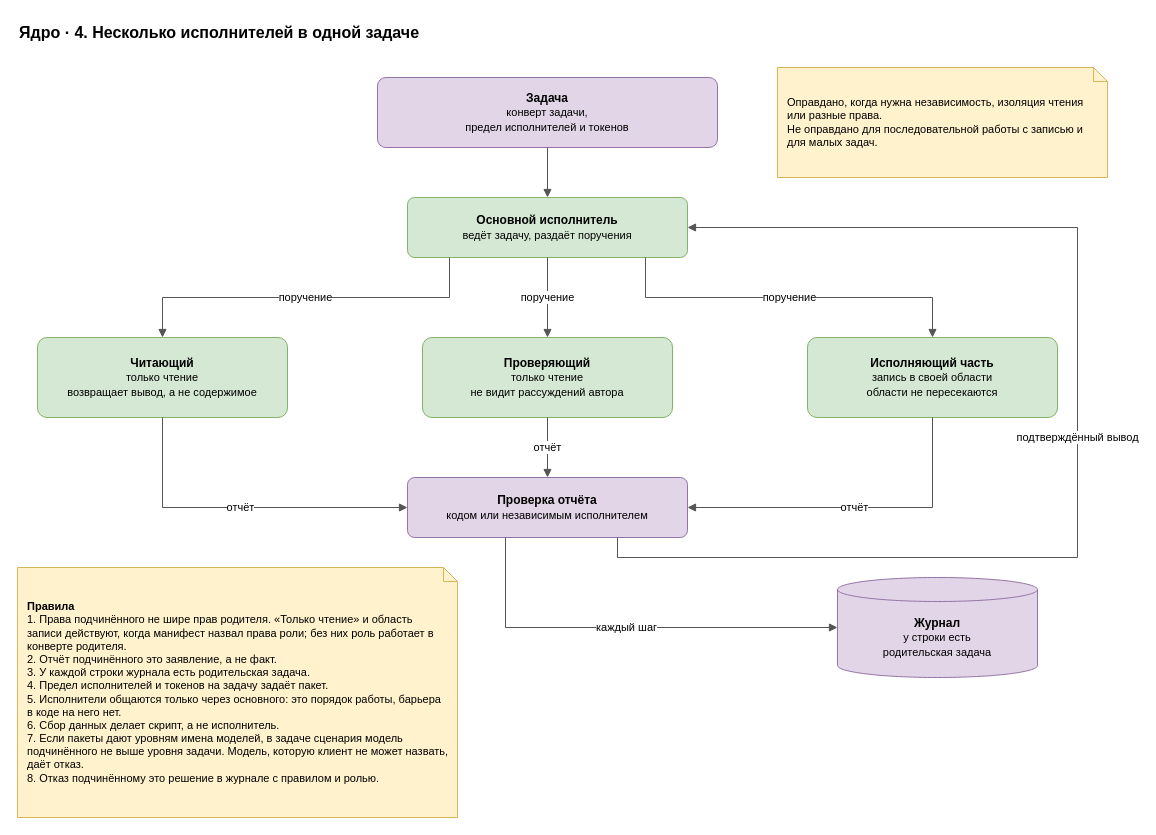
This is page "4. Несколько исполнителей" (4 of 7) of docs/spec/harness-core.drawio from roygkov/reins, a draw.io file, before an edit. Source tidied: cells renumbered, new cells numbered last; positions are measured from the earlier drawing's top-left corner, leaving out a move shared by most shapes. Both pictures are drawn from the tidied source at 100%, with x=0, y=0 at pixel (17, 17).
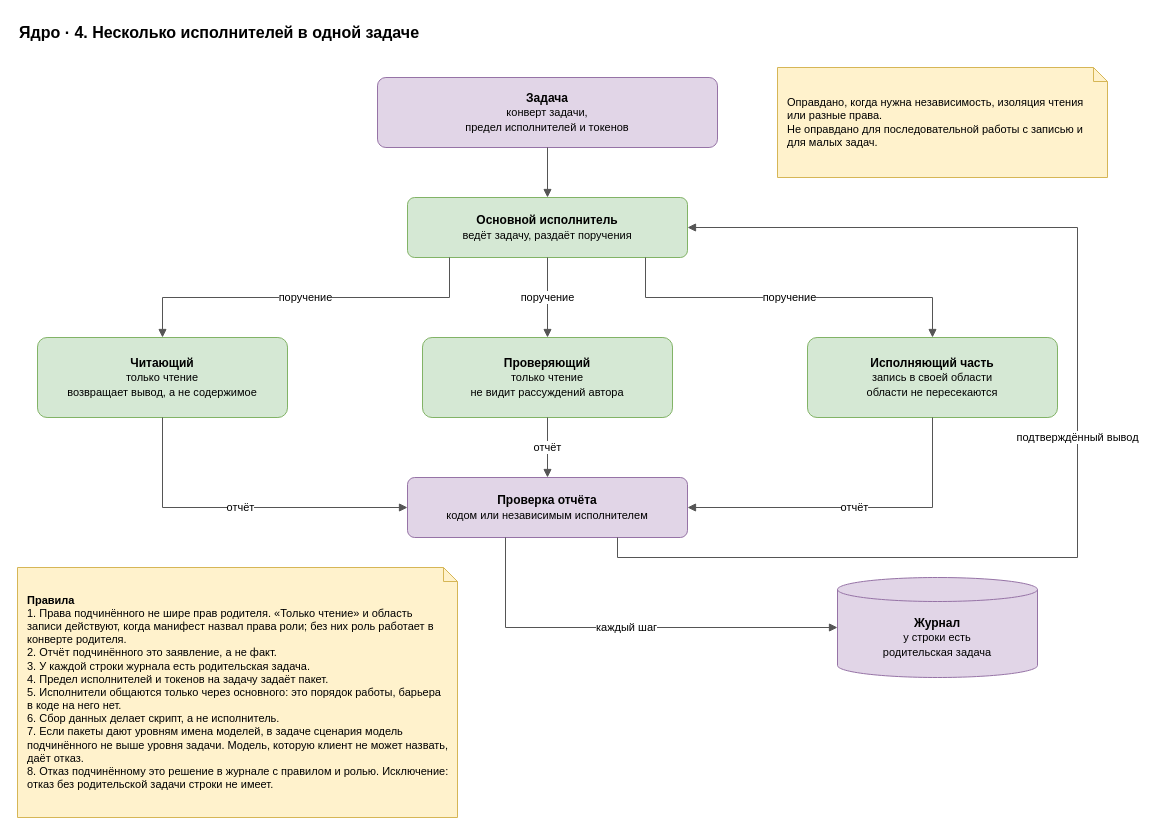
Above is the later version.

What changed in the source:
```diff
@@
-    <mxCell id="20" value="&lt;b&gt;Правила&lt;/b&gt;&lt;br&gt;1. Права подчинённого не шире прав родителя. «Только чтение» и область записи действуют, когда манифест назвал права роли; без них роль работает в конверте родителя.&lt;br&gt;2. Отчёт подчинённого это заявление, а не факт.&lt;br&gt;3. У каждой строки журнала есть родительская задача.&lt;br&gt;4. Предел исполнителей и токенов на задачу задаёт пакет.&lt;br&gt;5. Исполнители общаются только через основного: это порядок работы, барьера в коде на него нет.&lt;br&gt;6. Сбор данных делает скрипт, а не исполнитель.&lt;br&gt;7. Если пакеты дают уровням имена моделей, в задаче сценария модель подчинённого не выше уровня задачи. Модель, которую клиент не может назвать, даёт отказ.&lt;br&gt;8. Отказ подчинённому это решение в журнале с правилом и ролью." style="shape=note;whiteSpace=wrap;html=1;backgroundOutline=1;size=14;fillColor=#fff2cc;strokeColor=#d6b656;align=left;spacingLeft=8;spacingRight=8;fontSize=11;" parent="1" vertex="1">
+    <mxCell id="20" value="&lt;b&gt;Правила&lt;/b&gt;&lt;br&gt;1. Права подчинённого не шире прав родителя. «Только чтение» и область записи действуют, когда манифест назвал права роли; без них роль работает в конверте родителя.&lt;br&gt;2. Отчёт подчинённого это заявление, а не факт.&lt;br&gt;3. У каждой строки журнала есть родительская задача.&lt;br&gt;4. Предел исполнителей и токенов на задачу задаёт пакет.&lt;br&gt;5. Исполнители общаются только через основного: это порядок работы, барьера в коде на него нет.&lt;br&gt;6. Сбор данных делает скрипт, а не исполнитель.&lt;br&gt;7. Если пакеты дают уровням имена моделей, в задаче сценария модель подчинённого не выше уровня задачи. Модель, которую клиент не может назвать, даёт отказ.&lt;br&gt;8. Отказ подчинённому это решение в журнале с правилом и ролью. Исключение: отказ без родительской задачи строки не имеет." style="shape=note;whiteSpace=wrap;html=1;backgroundOutline=1;size=14;fillColor=#fff2cc;strokeColor=#d6b656;align=left;spacingLeft=8;spacingRight=8;fontSize=11;" parent="1" vertex="1">
       <mxGeometry y="550" width="440" height="250" as="geometry" />
     </mxCell>
```
